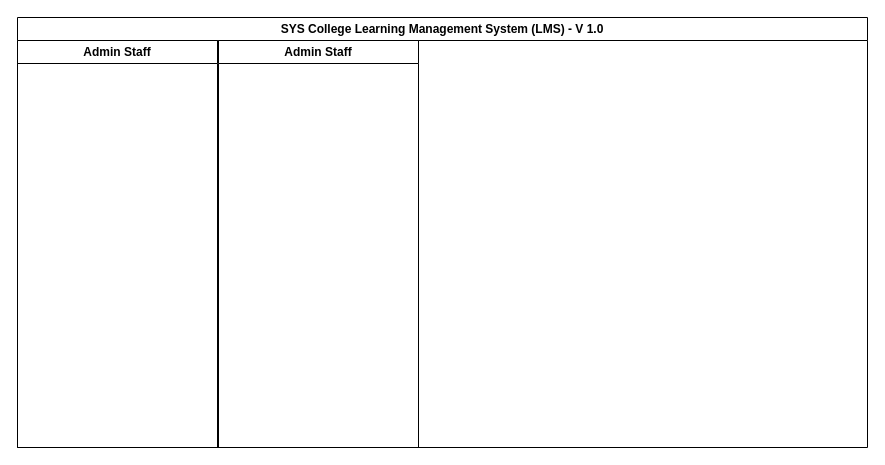
This is 02 - LMS-SysCollege/02 - Diagrams/BusinessProcessFlow-FlowChartDiagram_v1.0.drawio from ZohaibWaqarMalik/Technical-Business-Analyst-Projects, a draw.io file, before an edit. Source tidied: cells renumbered, new cells numbered last; positions are measured from the earlier drawing's top-left corner, leaving out a move shared by most shapes. Both pictures are drawn from the tidied source at 100%, with x=0, y=0 at pixel (17, 17).
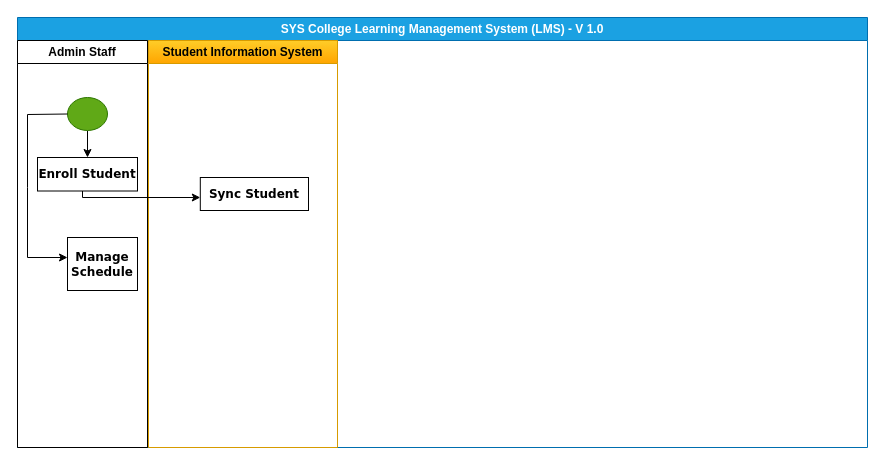
The same page after the edit.

Commit message:
Update BusinessProcessFlow-FlowChartDiagram_v1.0

Updated BusinessProcessFlow-FlowChartDiagram_v1.0 and included Processes for Admin Staff

The edit, as a diff of the source:
```diff
@@
 <mxGraphModel>
   <root>
     <mxCell id="0" />
     <mxCell id="1" parent="0" />
-    <mxCell id="2" value="SYS College Learning Management System (LMS) - V 1.0" style="swimlane;whiteSpace=wrap;html=1;startSize=23;" parent="1" vertex="1">
+    <mxCell id="2" value="SYS College Learning Management System (LMS) - V 1.0" style="swimlane;whiteSpace=wrap;html=1;startSize=23;fillStyle=solid;fillColor=#1ba1e2;strokeColor=#006EAF;fontColor=#ffffff;" parent="1" vertex="1">
       <mxGeometry width="850" height="430" as="geometry" />
     </mxCell>
     <mxCell id="3" value="Admin Staff" style="swimlane;whiteSpace=wrap;html=1;" parent="2" vertex="1">
-      <mxGeometry y="23" width="200" height="407" as="geometry" />
+      <mxGeometry y="23" width="130" height="407" as="geometry" />
     </mxCell>
+    <mxCell id="5" style="edgeStyle=orthogonalEdgeStyle;rounded=0;jettySize=auto;html=1;" parent="3" edge="1" source="6" target="7">
+      <mxGeometry relative="1" as="geometry" />
+    </mxCell>
+    <mxCell id="6" style="ellipse;whiteSpace=wrap;html=1;fillColor=#60a917;fontColor=#ffffff;strokeColor=#2D7600;" parent="3" vertex="1">
+      <mxGeometry x="50" y="57" width="40" height="33" as="geometry" />
+    </mxCell>
+    <mxCell id="7" value="&lt;font face=&quot;Verdana&quot;&gt;&lt;b&gt;Enroll Student&lt;/b&gt;&lt;/font&gt;" style="whiteSpace=wrap;html=1;" parent="3" vertex="1">
+      <mxGeometry x="20" y="117" width="100" height="33.5" as="geometry" />
+    </mxCell>
+    <mxCell id="8" style="endArrow=classic;html=1;rounded=0;exitX=0;exitY=0.5;exitDx=0;exitDy=0;" parent="3" edge="1" source="6">
+      <mxGeometry relative="1" as="geometry">
+        <mxPoint x="50" y="217" as="targetPoint" />
+        <Array as="points">
+          <mxPoint x="10" y="74" />
+          <mxPoint x="10" y="147" />
+          <mxPoint x="10" y="217" />
+        </Array>
+      </mxGeometry>
+    </mxCell>
+    <mxCell id="9" value="Manage&lt;div&gt;Schedule&lt;/div&gt;" style="whiteSpace=wrap;html=1;fontFamily=Verdana;fontStyle=1;" parent="3" vertex="1">
+      <mxGeometry x="50" y="197" width="70" height="53" as="geometry" />
+    </mxCell>
-    <mxCell id="4" value="Admin Staff" style="swimlane;whiteSpace=wrap;html=1;" parent="2" vertex="1">
-      <mxGeometry x="201" y="23" width="200" height="407" as="geometry" />
+    <mxCell id="4" value="Student Information System" style="swimlane;whiteSpace=wrap;html=1;startSize=23;fillColor=#ffcd28;strokeColor=#d79b00;gradientColor=#ffa500;" parent="2" vertex="1">
+      <mxGeometry x="131" y="23" width="189" height="407" as="geometry" />
     </mxCell>
+    <mxCell id="10" value="Sync Student" style="whiteSpace=wrap;html=1;fontFamily=Verdana;fontStyle=1;" parent="4" vertex="1">
+      <mxGeometry x="51.8" y="137" width="108.2" height="33" as="geometry" />
+    </mxCell>
+    <mxCell id="11" style="edgeStyle=orthogonalEdgeStyle;rounded=0;jettySize=auto;html=1;" parent="2" edge="1" source="7" target="10">
+      <mxGeometry relative="1" as="geometry">
+        <Array as="points">
+          <mxPoint x="65" y="180" />
+        </Array>
+      </mxGeometry>
+    </mxCell>
   </root>
 </mxGraphModel>
```
